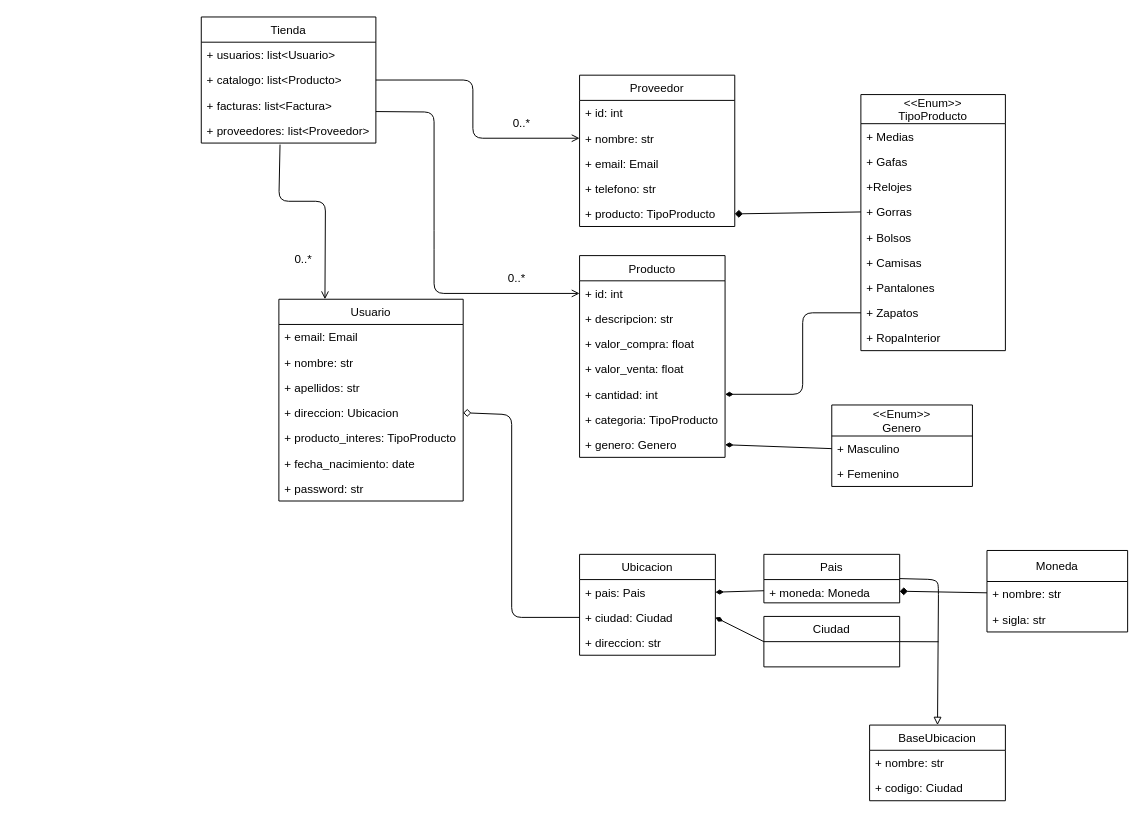
This is diagrams/Gucci.drawio from miguelgomezg/Gucci, a draw.io file, before an edit. Source tidied: cells renumbered, new cells numbered last; positions are measured from the earlier drawing's top-left corner, leaving out a move shared by most shapes. Both pictures are drawn from the tidied source at 97%, with x=0, y=0 at pixel (201, 16).
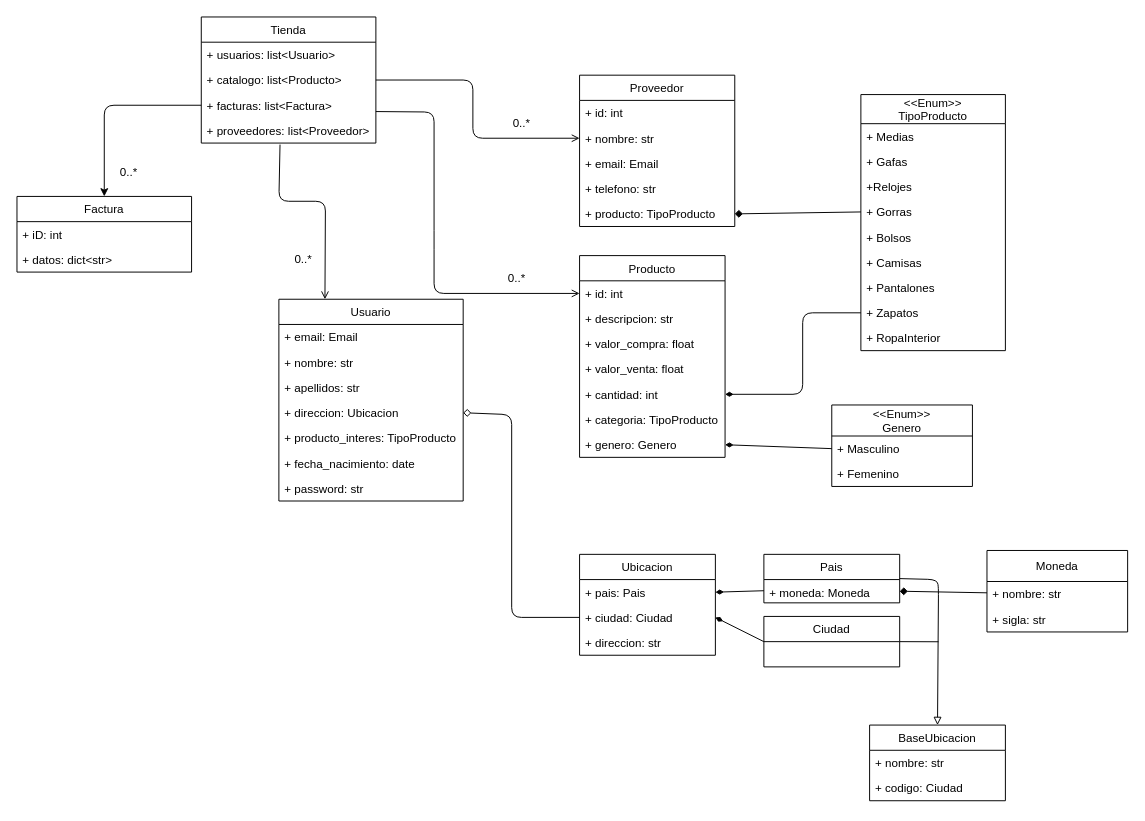
Above is the later version.

Commit message:
Ajustes en diagrama

Unchanged cells that the change refers to:
```xml
<mxCell id="63" value="+ facturas: list&lt;Factura&gt;" style="text;strokeColor=none;fillColor=none;align=left;verticalAlign=top;spacingLeft=4;spacingRight=4;overflow=hidden;points=[[0,0.5],[1,0.5]];portConstraint=eastwest;" parent="60" vertex="1">
  <mxGeometry y="78" width="180" height="26" as="geometry" />
</mxCell>
```

The edit, as a diff of the source:
```diff
@@
+    <mxCell id="70" value="Factura" style="swimlane;fontStyle=0;horizontal=1;startSize=26;fillColor=none;" parent="1" vertex="1">
+      <mxGeometry x="-190" y="185" width="180" height="78" as="geometry" />
+    </mxCell>
+    <mxCell id="71" value="+ iD: int" style="text;strokeColor=none;fillColor=none;align=left;verticalAlign=top;spacingLeft=4;spacingRight=4;overflow=hidden;" parent="70" vertex="1">
+      <mxGeometry y="26" width="180" height="26" as="geometry" />
+    </mxCell>
+    <mxCell id="72" value="+ datos: dict&lt;str&gt;" style="text;strokeColor=none;fillColor=none;align=left;verticalAlign=top;spacingLeft=4;spacingRight=4;overflow=hidden;" parent="70" vertex="1">
+      <mxGeometry y="52" width="180" height="26" as="geometry" />
+    </mxCell>
+    <mxCell id="73" style="edgeStyle=none;html=1;exitX=0;exitY=0.5;exitDx=0;exitDy=0;entryX=0.5;entryY=0;entryDx=0;entryDy=0;" parent="1" edge="1" source="63" target="70">
+      <mxGeometry relative="1" as="geometry">
+        <Array as="points">
+          <mxPoint x="-100" y="91" />
+        </Array>
+      </mxGeometry>
+    </mxCell>
+    <mxCell id="74" value="0..*" style="text;html=1;align=center;verticalAlign=middle;strokeColor=none;fillColor=none;" parent="1" vertex="1">
+      <mxGeometry x="-90" y="150" width="30" height="20" as="geometry" />
+    </mxCell>
```
